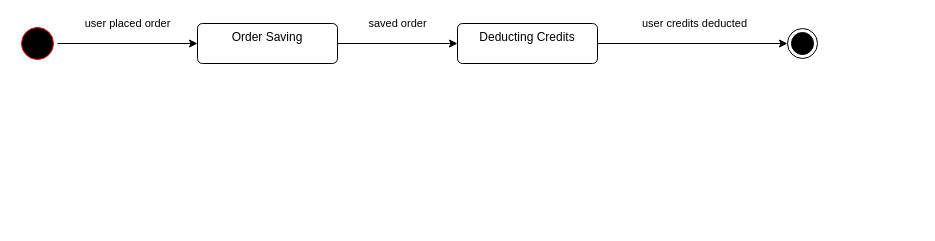
The draw.io diagram diagrams/TrendingApp.drawio in LassazVegaz/BlazorShoppingApp, before the edit. Source tidied: cells renumbered, new cells numbered last; positions are measured from the earlier drawing's top-left corner, leaving out a move shared by most shapes. Both pictures are drawn from the tidied source at 100%, with x=0, y=0 at pixel (17, 23).
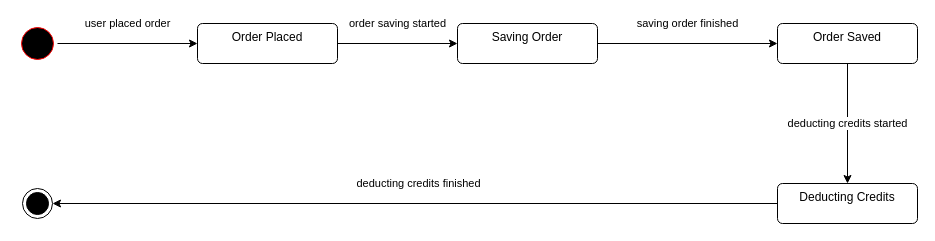
The same page after the edit.

What changed in the source:
```diff
@@
 <mxGraphModel>
   <root>
     <mxCell id="0" />
     <mxCell id="1" parent="0" />
     <mxCell id="2" value="user placed order" style="edgeStyle=orthogonalEdgeStyle;rounded=0;jettySize=auto;html=1;entryX=0;entryY=0.5;entryDx=0;entryDy=0;" parent="1" edge="1" source="3" target="6">
       <mxGeometry y="20" relative="1" as="geometry" />
     </mxCell>
     <mxCell id="3" style="ellipse;html=1;shape=startState;fillColor=#000000;strokeColor=#ff0000;" parent="1" vertex="1">
       <mxGeometry width="40" height="40" as="geometry" />
     </mxCell>
     <mxCell id="4" style="ellipse;html=1;shape=endState;fillColor=strokeColor;" parent="1" vertex="1">
-      <mxGeometry x="770" y="5" width="30" height="30" as="geometry" />
+      <mxGeometry x="5" y="165" width="30" height="30" as="geometry" />
     </mxCell>
-    <mxCell id="5" value="saved order" style="edgeStyle=orthogonalEdgeStyle;rounded=0;jettySize=auto;html=1;entryX=0;entryY=0.5;entryDx=0;entryDy=0;" parent="1" edge="1" source="6" target="8">
+    <mxCell id="5" value="order saving started" style="edgeStyle=orthogonalEdgeStyle;rounded=0;jettySize=auto;html=1;entryX=0;entryY=0.5;entryDx=0;entryDy=0;" parent="1" edge="1" source="6" target="8">
       <mxGeometry y="20" relative="1" as="geometry" />
     </mxCell>
-    <mxCell id="6" value="Order Saving" style="html=1;align=center;verticalAlign=top;rounded=1;absoluteArcSize=1;arcSize=10;dashed=0;whiteSpace=wrap;" parent="1" vertex="1">
+    <mxCell id="6" value="Order Placed" style="html=1;align=center;verticalAlign=top;rounded=1;absoluteArcSize=1;arcSize=10;dashed=0;whiteSpace=wrap;" parent="1" vertex="1">
       <mxGeometry x="180" width="140" height="40" as="geometry" />
     </mxCell>
-    <mxCell id="7" value="user credits deducted" style="edgeStyle=orthogonalEdgeStyle;rounded=0;jettySize=auto;html=1;exitX=1;exitY=0.5;exitDx=0;exitDy=0;entryX=0;entryY=0.5;entryDx=0;entryDy=0;" parent="1" edge="1" source="8" target="4">
-      <mxGeometry x="0.02" y="20" relative="1" as="geometry" />
-    </mxCell>
+    <mxCell id="9" value="saving order finished" style="edgeStyle=orthogonalEdgeStyle;rounded=0;jettySize=auto;html=1;entryX=0;entryY=0.5;entryDx=0;entryDy=0;" parent="1" edge="1" source="8" target="11">
+      <mxGeometry y="20" relative="1" as="geometry" />
+    </mxCell>
-    <mxCell id="8" value="Deducting Credits" style="html=1;align=center;verticalAlign=top;rounded=1;absoluteArcSize=1;arcSize=10;dashed=0;whiteSpace=wrap;" parent="1" vertex="1">
+    <mxCell id="8" value="Saving Order" style="html=1;align=center;verticalAlign=top;rounded=1;absoluteArcSize=1;arcSize=10;dashed=0;whiteSpace=wrap;" parent="1" vertex="1">
       <mxGeometry x="440" width="140" height="40" as="geometry" />
     </mxCell>
+    <mxCell id="10" value="deducting credits started" style="edgeStyle=orthogonalEdgeStyle;rounded=0;jettySize=auto;html=1;entryX=0.5;entryY=0;entryDx=0;entryDy=0;" parent="1" edge="1" source="11" target="13">
+      <mxGeometry relative="1" as="geometry" />
+    </mxCell>
+    <mxCell id="11" value="Order Saved" style="html=1;align=center;verticalAlign=top;rounded=1;absoluteArcSize=1;arcSize=10;dashed=0;whiteSpace=wrap;" parent="1" vertex="1">
+      <mxGeometry x="760" width="140" height="40" as="geometry" />
+    </mxCell>
+    <mxCell id="12" value="deducting credits finished" style="edgeStyle=orthogonalEdgeStyle;rounded=0;jettySize=auto;html=1;" parent="1" edge="1" source="13" target="4">
+      <mxGeometry x="-0.01" y="-20" relative="1" as="geometry" />
+    </mxCell>
+    <mxCell id="13" value="Deducting Credits" style="html=1;align=center;verticalAlign=top;rounded=1;absoluteArcSize=1;arcSize=10;dashed=0;whiteSpace=wrap;" parent="1" vertex="1">
+      <mxGeometry x="760" y="160" width="140" height="40" as="geometry" />
+    </mxCell>
   </root>
 </mxGraphModel>
```
